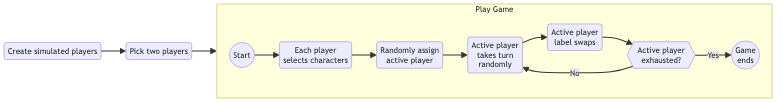
Above: 60_optimisation_with_aspects/diagrams/naive_model.png in probablytom/Thesis (Mermaid), before the change. Its source is kept beside it as 60_optimisation_with_aspects/diagrams/naive_model.mmd.
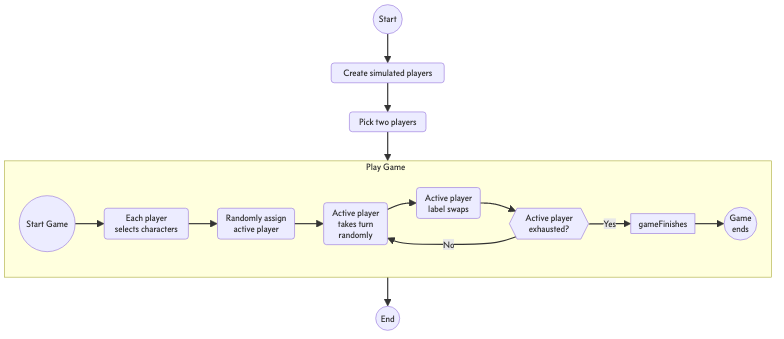
After the commit.

The edit, as a diff of the source:
```diff
@@ -1,4 +1,4 @@
-flowchart LR
+flowchart TD
 
     createPlayers(Create simulated players)
     pickPlayers(Pick two players)
@@ -7,13 +7,21 @@
     turnP1(Active player\ntakes turn\nrandomly)
     switchActive("Active" player\nlabel swaps)
     decideDone{{Active player\nexhausted?}}
-    gameFinishes((Game\nends))
+    startGame((Start Game))
+    endGame((Game\nends))
+
+    startProc((Start))
+    endProc((End))
+    startProc-->createPlayers
 
     createPlayers --> pickPlayers --> playGame
     subgraph playGame [Play Game]
         direction LR
-        start((Start)) --> selectCharacters
+        startGame --> selectCharacters
         selectCharacters -->  pickFirstPlayer --> turnP1 --> switchActive --> decideDone
         decideDone -->|Yes| gameFinishes
         decideDone -->|No| turnP1
+        gameFinishes-->endGame
     end
+
+    playGame-->endProc
```
